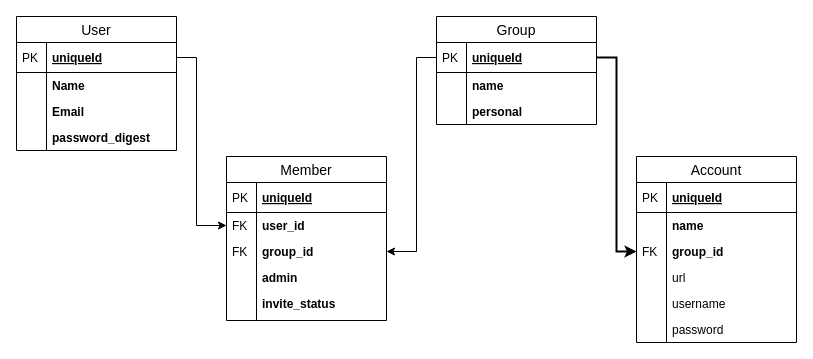
This is Rails_project.drawio from Anthonyntilelli/toy_password_manager, a draw.io file, before an edit. Source tidied: cells renumbered, new cells numbered last; positions are measured from the earlier drawing's top-left corner, leaving out a move shared by most shapes. Both pictures are drawn from the tidied source at 100%, with x=0, y=0 at pixel (16, 16).
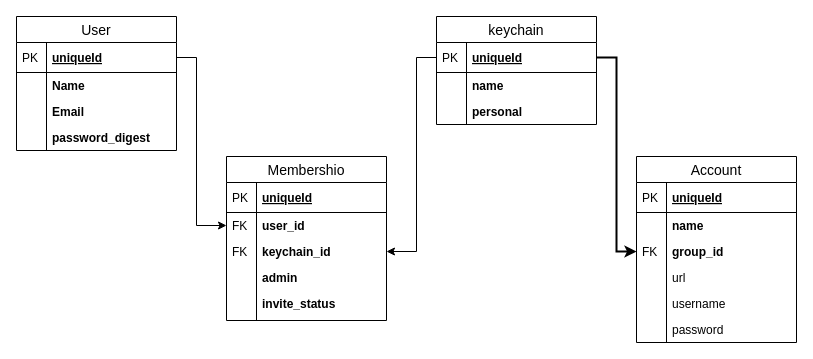
After the change.

What changed in the source:
```diff
@@
-    <mxCell id="14" value="Member" style="swimlane;fontStyle=0;horizontal=1;startSize=26;align=center;fontSize=14;" parent="1" vertex="1">
+    <mxCell id="14" value="Membershio" style="swimlane;fontStyle=0;horizontal=1;startSize=26;align=center;fontSize=14;" parent="1" vertex="1">
       <mxGeometry x="210" y="140" width="160" height="164" as="geometry" />
     </mxCell>
@@
-    <mxCell id="19" value="group_id" style="shape=partialRectangle;top=0;left=0;right=0;bottom=0;align=left;verticalAlign=top;fillColor=none;spacingLeft=34;spacingRight=4;overflow=hidden;points=[[0,0.5],[1,0.5]];portConstraint=eastwest;fontSize=12;fontStyle=1;" parent="14" vertex="1">
+    <mxCell id="19" value="keychain_id" style="shape=partialRectangle;top=0;left=0;right=0;bottom=0;align=left;verticalAlign=top;fillColor=none;spacingLeft=34;spacingRight=4;overflow=hidden;points=[[0,0.5],[1,0.5]];portConstraint=eastwest;fontSize=12;fontStyle=1;" parent="14" vertex="1">
       <mxGeometry y="82" width="160" height="26" as="geometry" />
     </mxCell>
@@
-    <mxCell id="25" value="Group" style="swimlane;fontStyle=0;horizontal=1;startSize=26;align=center;fontSize=14;" parent="1" vertex="1">
+    <mxCell id="25" value="keychain" style="swimlane;fontStyle=0;horizontal=1;startSize=26;align=center;fontSize=14;" parent="1" vertex="1">
       <mxGeometry x="420" width="160" height="108" as="geometry" />
     </mxCell>
```
